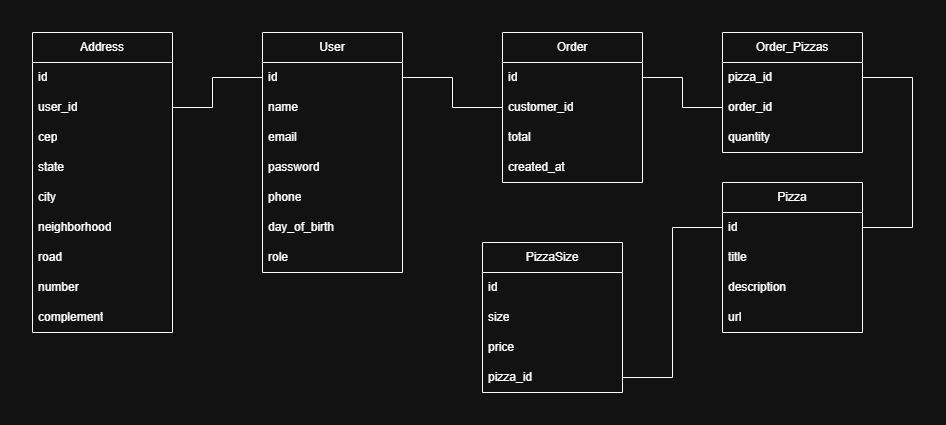
Before: diagrama-bd-pizzacode.png, a diagram exported from draw.io (JuniorWSoares/PizzaCode). Source tidied: cells renumbered, new cells last; positions are measured from the earlier drawing's top-left corner, leaving out a move shared by most shapes.
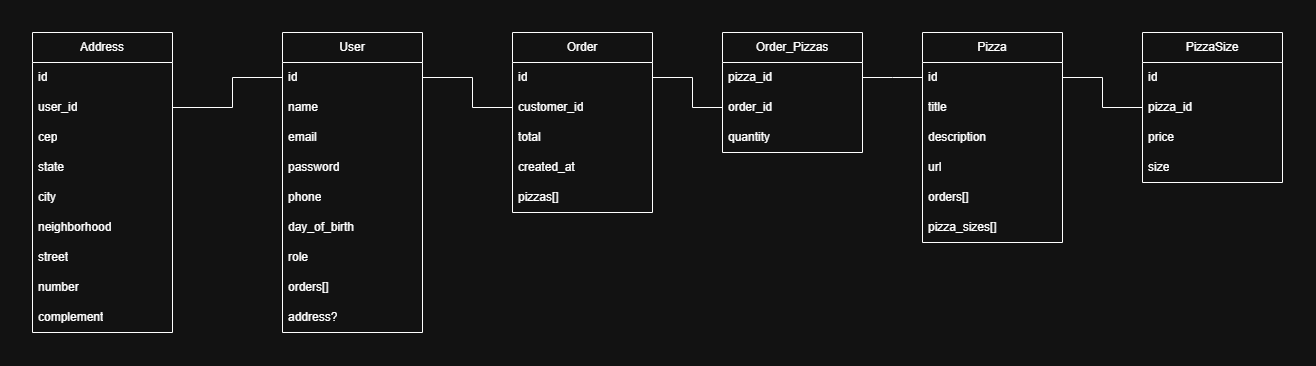
The same diagram one commit later.

Diff of the diagram source:
```diff
@@ -3,7 +3,7 @@
     <mxCell id="0" />
     <mxCell id="1" parent="0" />
     <mxCell id="2" value="User" style="swimlane;fontStyle=0;horizontal=1;startSize=30;whiteSpace=wrap;html=1;" parent="1" vertex="1">
-      <mxGeometry x="230" width="140" height="240" as="geometry" />
+      <mxGeometry x="-170" width="140" height="300" as="geometry" />
     </mxCell>
     <mxCell id="3" value="id" style="text;strokeColor=none;fillColor=none;align=left;verticalAlign=middle;spacingLeft=4;spacingRight=4;overflow=hidden;points=[[0,0.5],[1,0.5]];portConstraint=eastwest;whiteSpace=wrap;html=1;" parent="2" vertex="1">
       <mxGeometry y="30" width="140" height="30" as="geometry" />
@@ -26,8 +26,14 @@
     <mxCell id="9" value="role" style="text;strokeColor=none;fillColor=none;align=left;verticalAlign=middle;spacingLeft=4;spacingRight=4;overflow=hidden;whiteSpace=wrap;html=1;" parent="2" vertex="1">
       <mxGeometry y="210" width="140" height="30" as="geometry" />
     </mxCell>
+    <mxCell id="44" value="orders[]" style="text;strokeColor=none;fillColor=none;align=left;verticalAlign=middle;spacingLeft=4;spacingRight=4;overflow=hidden;whiteSpace=wrap;html=1;" parent="2" vertex="1">
+      <mxGeometry y="240" width="140" height="30" as="geometry" />
+    </mxCell>
+    <mxCell id="45" value="address?" style="text;strokeColor=none;fillColor=none;align=left;verticalAlign=middle;spacingLeft=4;spacingRight=4;overflow=hidden;whiteSpace=wrap;html=1;" parent="2" vertex="1">
+      <mxGeometry y="270" width="140" height="30" as="geometry" />
+    </mxCell>
     <mxCell id="10" value="Pizza" style="swimlane;fontStyle=0;horizontal=1;startSize=30;whiteSpace=wrap;html=1;" parent="1" vertex="1">
-      <mxGeometry x="690" y="150" width="140" height="150" as="geometry" />
+      <mxGeometry x="470" width="140" height="210" as="geometry" />
     </mxCell>
     <mxCell id="11" value="id" style="text;strokeColor=none;fillColor=none;align=left;verticalAlign=middle;spacingLeft=4;spacingRight=4;overflow=hidden;points=[[0,0.5],[1,0.5]];portConstraint=eastwest;whiteSpace=wrap;html=1;" parent="10" vertex="1">
       <mxGeometry y="30" width="140" height="30" as="geometry" />
@@ -41,8 +47,14 @@
     <mxCell id="14" value="url" style="text;strokeColor=none;fillColor=none;align=left;verticalAlign=middle;spacingLeft=4;spacingRight=4;overflow=hidden;whiteSpace=wrap;html=1;" parent="10" vertex="1">
       <mxGeometry y="120" width="140" height="30" as="geometry" />
     </mxCell>
+    <mxCell id="46" value="orders[]" style="text;strokeColor=none;fillColor=none;align=left;verticalAlign=middle;spacingLeft=4;spacingRight=4;overflow=hidden;whiteSpace=wrap;html=1;" parent="10" vertex="1">
+      <mxGeometry y="150" width="140" height="30" as="geometry" />
+    </mxCell>
+    <mxCell id="47" value="pizza_sizes[]" style="text;strokeColor=none;fillColor=none;align=left;verticalAlign=middle;spacingLeft=4;spacingRight=4;overflow=hidden;whiteSpace=wrap;html=1;" parent="10" vertex="1">
+      <mxGeometry y="180" width="140" height="30" as="geometry" />
+    </mxCell>
     <mxCell id="15" value="Order" style="swimlane;fontStyle=0;horizontal=1;startSize=30;whiteSpace=wrap;html=1;" parent="1" vertex="1">
-      <mxGeometry x="470" width="140" height="150" as="geometry" />
+      <mxGeometry x="60" width="140" height="180" as="geometry" />
     </mxCell>
     <mxCell id="16" value="id" style="text;strokeColor=none;fillColor=none;align=left;verticalAlign=middle;spacingLeft=4;spacingRight=4;overflow=hidden;points=[[0,0.5],[1,0.5]];portConstraint=eastwest;whiteSpace=wrap;html=1;" parent="15" vertex="1">
       <mxGeometry y="30" width="140" height="30" as="geometry" />
@@ -56,8 +68,11 @@
     <mxCell id="19" value="created_at" style="text;strokeColor=none;fillColor=none;align=left;verticalAlign=middle;spacingLeft=4;spacingRight=4;overflow=hidden;whiteSpace=wrap;html=1;" parent="15" vertex="1">
       <mxGeometry y="120" width="140" height="30" as="geometry" />
     </mxCell>
+    <mxCell id="48" value="pizzas[]" style="text;strokeColor=none;fillColor=none;align=left;verticalAlign=middle;spacingLeft=4;spacingRight=4;overflow=hidden;whiteSpace=wrap;html=1;" parent="15" vertex="1">
+      <mxGeometry y="150" width="140" height="30" as="geometry" />
+    </mxCell>
     <mxCell id="20" value="Order_Pizzas" style="swimlane;fontStyle=0;horizontal=1;startSize=30;whiteSpace=wrap;html=1;" parent="1" vertex="1">
-      <mxGeometry x="690" width="140" height="120" as="geometry" />
+      <mxGeometry x="270" width="140" height="120" as="geometry" />
     </mxCell>
     <mxCell id="21" value="pizza_id" style="text;strokeColor=none;fillColor=none;align=left;verticalAlign=middle;spacingLeft=4;spacingRight=4;overflow=hidden;points=[[0,0.5],[1,0.5]];portConstraint=eastwest;whiteSpace=wrap;html=1;" parent="20" vertex="1">
       <mxGeometry y="30" width="140" height="30" as="geometry" />
@@ -68,24 +83,8 @@
     <mxCell id="23" value="quantity" style="text;strokeColor=none;fillColor=none;align=left;verticalAlign=middle;spacingLeft=4;spacingRight=4;overflow=hidden;whiteSpace=wrap;html=1;" parent="20" vertex="1">
       <mxGeometry y="90" width="140" height="30" as="geometry" />
     </mxCell>
-    <mxCell id="24" style="endArrow=none;html=1;rounded=0;exitX=1;exitY=0.5;exitDx=0;exitDy=0;entryX=0;entryY=0.5;entryDx=0;entryDy=0;" parent="1" edge="1" source="3" target="17">
-      <mxGeometry relative="1" as="geometry">
-        <Array as="points">
-          <mxPoint x="420" y="45" />
-          <mxPoint x="420" y="75" />
-        </Array>
-      </mxGeometry>
-    </mxCell>
-    <mxCell id="25" style="endArrow=none;html=1;rounded=0;entryX=1;entryY=0.5;entryDx=0;entryDy=0;exitX=0;exitY=0.5;exitDx=0;exitDy=0;" parent="1" edge="1" source="22" target="16">
-      <mxGeometry relative="1" as="geometry">
-        <Array as="points">
-          <mxPoint x="650" y="75" />
-          <mxPoint x="650" y="45" />
-        </Array>
-      </mxGeometry>
-    </mxCell>
     <mxCell id="26" value="Address" style="swimlane;fontStyle=0;horizontal=1;startSize=30;whiteSpace=wrap;html=1;" parent="1" vertex="1">
-      <mxGeometry width="140" height="300" as="geometry" />
+      <mxGeometry x="-420" width="140" height="300" as="geometry" />
     </mxCell>
     <mxCell id="27" value="id" style="text;strokeColor=none;fillColor=none;align=left;verticalAlign=middle;spacingLeft=4;spacingRight=4;overflow=hidden;whiteSpace=wrap;html=1;" parent="26" vertex="1">
       <mxGeometry y="30" width="140" height="30" as="geometry" />
@@ -105,7 +104,7 @@
     <mxCell id="32" value="neighborhood" style="text;strokeColor=none;fillColor=none;align=left;verticalAlign=middle;spacingLeft=4;spacingRight=4;overflow=hidden;whiteSpace=wrap;html=1;" parent="26" vertex="1">
       <mxGeometry y="180" width="140" height="30" as="geometry" />
     </mxCell>
-    <mxCell id="33" value="road" style="text;strokeColor=none;fillColor=none;align=left;verticalAlign=middle;spacingLeft=4;spacingRight=4;overflow=hidden;whiteSpace=wrap;html=1;" parent="26" vertex="1">
+    <mxCell id="33" value="street" style="text;strokeColor=none;fillColor=none;align=left;verticalAlign=middle;spacingLeft=4;spacingRight=4;overflow=hidden;whiteSpace=wrap;html=1;" parent="26" vertex="1">
       <mxGeometry y="210" width="140" height="30" as="geometry" />
     </mxCell>
     <mxCell id="34" value="number" style="text;strokeColor=none;fillColor=none;align=left;verticalAlign=middle;spacingLeft=4;spacingRight=4;overflow=hidden;whiteSpace=wrap;html=1;" parent="26" vertex="1">
@@ -117,41 +116,56 @@
     <mxCell id="36" style="endArrow=none;html=1;rounded=0;exitX=1;exitY=0.5;exitDx=0;exitDy=0;entryX=0;entryY=0.5;entryDx=0;entryDy=0;" parent="1" edge="1" source="28" target="3">
       <mxGeometry relative="1" as="geometry">
         <Array as="points">
-          <mxPoint x="180" y="75" />
-          <mxPoint x="180" y="45" />
+          <mxPoint x="-220" y="75" />
+          <mxPoint x="-220" y="45" />
         </Array>
       </mxGeometry>
     </mxCell>
     <mxCell id="37" value="PizzaSize" style="swimlane;fontStyle=0;horizontal=1;startSize=30;whiteSpace=wrap;html=1;" parent="1" vertex="1">
-      <mxGeometry x="450" y="210" width="140" height="150" as="geometry" />
+      <mxGeometry x="690" width="140" height="150" as="geometry" />
     </mxCell>
     <mxCell id="38" value="id" style="text;strokeColor=none;fillColor=none;align=left;verticalAlign=middle;spacingLeft=4;spacingRight=4;overflow=hidden;whiteSpace=wrap;html=1;" parent="37" vertex="1">
       <mxGeometry y="30" width="140" height="30" as="geometry" />
     </mxCell>
+    <mxCell id="41" value="pizza_id" style="text;strokeColor=none;fillColor=none;align=left;verticalAlign=middle;spacingLeft=4;spacingRight=4;overflow=hidden;points=[[0,0.5],[1,0.5]];portConstraint=eastwest;whiteSpace=wrap;html=1;" parent="37" vertex="1">
+      <mxGeometry y="60" width="140" height="30" as="geometry" />
+    </mxCell>
+    <mxCell id="40" value="price" style="text;strokeColor=none;fillColor=none;align=left;verticalAlign=middle;spacingLeft=4;spacingRight=4;overflow=hidden;whiteSpace=wrap;html=1;" parent="37" vertex="1">
+      <mxGeometry y="90" width="140" height="30" as="geometry" />
+    </mxCell>
     <mxCell id="39" value="size" style="text;strokeColor=none;fillColor=none;align=left;verticalAlign=middle;spacingLeft=4;spacingRight=4;overflow=hidden;whiteSpace=wrap;html=1;" parent="37" vertex="1">
-      <mxGeometry y="60" width="140" height="30" as="geometry" />
+      <mxGeometry y="120" width="140" height="30" as="geometry" />
     </mxCell>
-    <mxCell id="40" value="price" style="text;strokeColor=none;fillColor=none;align=left;verticalAlign=middle;spacingLeft=4;spacingRight=4;overflow=hidden;whiteSpace=wrap;html=1;" parent="37" vertex="1">
-      <mxGeometry y="90" width="140" height="30" as="geometry" />
-    </mxCell>
-    <mxCell id="41" value="pizza_id" style="text;strokeColor=none;fillColor=none;align=left;verticalAlign=middle;spacingLeft=4;spacingRight=4;overflow=hidden;points=[[0,0.5],[1,0.5]];portConstraint=eastwest;whiteSpace=wrap;html=1;" parent="37" vertex="1">
-      <mxGeometry y="120" width="140" height="30" as="geometry" />
-    </mxCell>
-    <mxCell id="42" style="endArrow=none;html=1;rounded=0;entryX=1;entryY=0.5;entryDx=0;entryDy=0;exitX=0;exitY=0.5;exitDx=0;exitDy=0;" parent="1" edge="1" source="11" target="41">
-      <mxGeometry relative="1" as="geometry">
-        <Array as="points">
-          <mxPoint x="640" y="195" />
-          <mxPoint x="640" y="345" />
-        </Array>
-      </mxGeometry>
-    </mxCell>
+    <mxCell id="49" style="endArrow=none;html=1;rounded=0;entryX=1;entryY=0.5;entryDx=0;entryDy=0;exitX=0;exitY=0.5;exitDx=0;exitDy=0;" parent="1" edge="1" source="17" target="3">
+      <mxGeometry relative="1" as="geometry">
+        <Array as="points">
+          <mxPoint x="20" y="75" />
+          <mxPoint x="20" y="45" />
+        </Array>
+      </mxGeometry>
+    </mxCell>
+    <mxCell id="25" style="endArrow=none;html=1;rounded=0;entryX=1;entryY=0.5;entryDx=0;entryDy=0;exitX=0;exitY=0.5;exitDx=0;exitDy=0;" parent="1" edge="1" source="22" target="16">
+      <mxGeometry relative="1" as="geometry">
+        <Array as="points">
+          <mxPoint x="240" y="75" />
+          <mxPoint x="240" y="45" />
+        </Array>
+      </mxGeometry>
+    </mxCell>
-    <mxCell id="43" style="endArrow=none;html=1;rounded=0;exitX=1;exitY=0.5;exitDx=0;exitDy=0;entryX=1;entryY=0.5;entryDx=0;entryDy=0;" parent="1" edge="1" source="11" target="21">
+    <mxCell id="43" style="endArrow=none;html=1;rounded=0;entryX=1;entryY=0.5;entryDx=0;entryDy=0;exitX=0;exitY=0.5;exitDx=0;exitDy=0;" parent="1" edge="1" source="11" target="21">
       <mxGeometry relative="1" as="geometry">
         <Array as="points">
-          <mxPoint x="880" y="195" />
-          <mxPoint x="880" y="45" />
+          <mxPoint x="440" y="45" />
         </Array>
       </mxGeometry>
     </mxCell>
+    <mxCell id="50" style="endArrow=none;html=1;rounded=0;entryX=1;entryY=0.5;entryDx=0;entryDy=0;exitX=0;exitY=0.5;exitDx=0;exitDy=0;" parent="1" edge="1" source="41" target="11">
+      <mxGeometry relative="1" as="geometry">
+        <Array as="points">
+          <mxPoint x="650" y="75" />
+          <mxPoint x="650" y="45" />
+        </Array>
+      </mxGeometry>
+    </mxCell>
   </root>
 </mxGraphModel>
```
